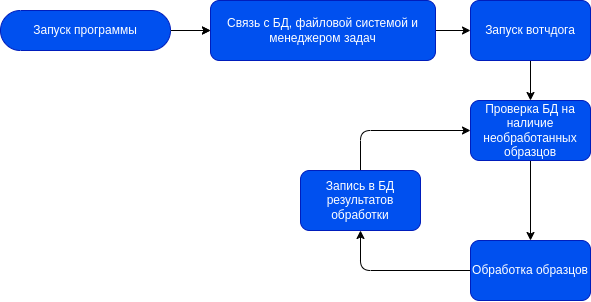
Before: docs/schemas/main.png, a diagram exported from draw.io (KBaybekov/proj_prefect). Source tidied: cells renumbered, new cells last; positions are measured from the earlier drawing's top-left corner, leaving out a move shared by most shapes.
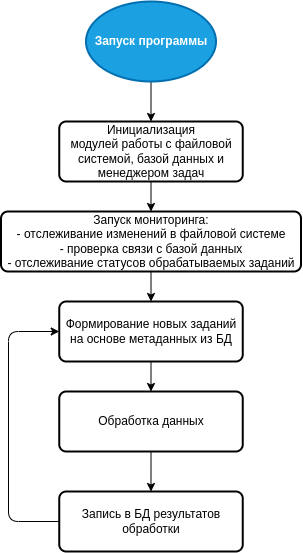
After the commit.

Diff of the diagram source:
```diff
@@ -2,44 +2,46 @@
   <root>
     <mxCell id="0" />
     <mxCell id="1" parent="0" />
-    <mxCell id="2" style="edgeStyle=none;html=1;" parent="1" edge="1" source="4" target="6">
-      <mxGeometry relative="1" as="geometry" />
-    </mxCell>
-    <mxCell id="3" style="edgeStyle=none;html=1;" parent="1" edge="1" source="4" target="6">
+    <mxCell id="3" style="edgeStyle=none;html=1;exitX=0.5;exitY=1;exitDx=0;exitDy=0;exitPerimeter=0;entryX=0.5;entryY=0;entryDx=0;entryDy=0;" parent="1" edge="1" source="4" target="16">
       <mxGeometry relative="1" as="geometry" />
     </mxCell>
-    <mxCell id="4" value="Запуск программы" style="html=1;dashed=0;whiteSpace=wrap;shape=mxgraph.dfd.start;strokeColor=#001DBC;fillColor=#0050ef;fontColor=#ffffff;" parent="1" vertex="1">
-      <mxGeometry y="10" width="170" height="40" as="geometry" />
+    <mxCell id="4" value="Запуск программы" style="strokeWidth=2;shape=mxgraph.flowchart.start_1;whiteSpace=wrap;fillColor=#1ba1e2;fontColor=#ffffff;strokeColor=#006EAF;fontStyle=1;" parent="1" vertex="1">
+      <mxGeometry x="209.5" y="20" width="130" height="80" as="geometry" />
     </mxCell>
-    <mxCell id="5" style="edgeStyle=none;html=1;" parent="1" edge="1" source="6" target="8">
-      <mxGeometry relative="1" as="geometry" />
-    </mxCell>
-    <mxCell id="6" value="Связь с БД, файловой системой и менеджером задач" style="rounded=1;whiteSpace=wrap;html=1;fillColor=#0050ef;strokeColor=#001DBC;fontColor=#ffffff;dashed=0;" parent="1" vertex="1">
-      <mxGeometry x="210" width="225" height="60" as="geometry" />
-    </mxCell>
-    <mxCell id="7" style="edgeStyle=none;html=1;" parent="1" edge="1" source="8" target="10">
-      <mxGeometry relative="1" as="geometry" />
-    </mxCell>
-    <mxCell id="8" value="Запуск вотчдога" style="rounded=1;whiteSpace=wrap;html=1;fillColor=#0050ef;strokeColor=#001DBC;fontColor=#ffffff;dashed=0;" parent="1" vertex="1">
-      <mxGeometry x="470" width="120" height="60" as="geometry" />
-    </mxCell>
-    <mxCell id="9" style="edgeStyle=none;html=1;" parent="1" edge="1" source="10" target="12">
-      <mxGeometry relative="1" as="geometry" />
-    </mxCell>
-    <mxCell id="10" value="Проверка БД на наличие необработанных образцов" style="rounded=1;whiteSpace=wrap;html=1;fillColor=#0050ef;strokeColor=#001DBC;fontColor=#ffffff;dashed=0;" parent="1" vertex="1">
-      <mxGeometry x="470" y="100" width="120" height="60" as="geometry" />
-    </mxCell>
-    <mxCell id="11" style="edgeStyle=orthogonalEdgeStyle;html=1;" parent="1" edge="1" source="12" target="14">
-      <mxGeometry relative="1" as="geometry" />
-    </mxCell>
-    <mxCell id="12" value="Обработка образцов" style="rounded=1;whiteSpace=wrap;html=1;fillColor=#0050ef;strokeColor=#001DBC;fontColor=#ffffff;dashed=0;" parent="1" vertex="1">
-      <mxGeometry x="470" y="240" width="120" height="60" as="geometry" />
-    </mxCell>
-    <mxCell id="13" style="edgeStyle=orthogonalEdgeStyle;html=1;entryX=0;entryY=0.5;entryDx=0;entryDy=0;exitX=0.5;exitY=0;exitDx=0;exitDy=0;" parent="1" edge="1" source="14" target="10">
-      <mxGeometry relative="1" as="geometry" />
-    </mxCell>
+    <mxCell id="15" style="edgeStyle=none;html=1;entryX=0.5;entryY=0;entryDx=0;entryDy=0;" parent="1" edge="1" source="16" target="18">
+      <mxGeometry relative="1" as="geometry" />
+    </mxCell>
+    <mxCell id="16" value="Инициализация&#10;модулей работы с файловой системой, базой данных и менеджером задач" style="rounded=1;whiteSpace=wrap;absoluteArcSize=1;arcSize=14;strokeWidth=2;" parent="1" vertex="1">
+      <mxGeometry x="182.8" y="140" width="183.5" height="60" as="geometry" />
+    </mxCell>
+    <mxCell id="17" style="edgeStyle=none;html=1;" parent="1" edge="1" source="18" target="20">
+      <mxGeometry relative="1" as="geometry" />
+    </mxCell>
+    <mxCell id="18" value="Запуск мониторинга:&#10;- отслеживание изменений в файловой системе&#10;- проверка связи с базой данных&#10;- отслеживание статусов обрабатываемых заданий" style="rounded=1;whiteSpace=wrap;absoluteArcSize=1;arcSize=14;strokeWidth=2;" parent="1" vertex="1">
+      <mxGeometry x="124.5" y="230" width="300" height="60" as="geometry" />
+    </mxCell>
+    <mxCell id="19" style="edgeStyle=none;html=1;entryX=0.5;entryY=0;entryDx=0;entryDy=0;" parent="1" edge="1" source="20" target="22">
+      <mxGeometry relative="1" as="geometry" />
+    </mxCell>
+    <mxCell id="20" value="Формирование новых заданий на основе метаданных из БД" style="rounded=1;whiteSpace=wrap;absoluteArcSize=1;arcSize=14;strokeWidth=2;" parent="1" vertex="1">
+      <mxGeometry x="182.8" y="320" width="183.5" height="60" as="geometry" />
+    </mxCell>
+    <mxCell id="21" style="edgeStyle=none;html=1;entryX=0.5;entryY=0;entryDx=0;entryDy=0;" parent="1" edge="1" source="22" target="14">
+      <mxGeometry relative="1" as="geometry" />
+    </mxCell>
+    <mxCell id="22" value="Обработка данных" style="rounded=1;whiteSpace=wrap;absoluteArcSize=1;arcSize=14;strokeWidth=2;" parent="1" vertex="1">
+      <mxGeometry x="182.8" y="410" width="183.5" height="60" as="geometry" />
+    </mxCell>
+    <mxCell id="23" style="edgeStyle=orthogonalEdgeStyle;html=1;entryX=0;entryY=0.5;entryDx=0;entryDy=0;exitX=0;exitY=0.5;exitDx=0;exitDy=0;" parent="1" edge="1" source="14" target="20">
+      <mxGeometry relative="1" as="geometry">
+        <Array as="points">
+          <mxPoint x="132" y="540" />
+          <mxPoint x="132" y="350" />
+        </Array>
+      </mxGeometry>
+    </mxCell>
-    <mxCell id="14" value="Запись в БД результатов обработки" style="rounded=1;whiteSpace=wrap;html=1;fillColor=#0050ef;strokeColor=#001DBC;fontColor=#ffffff;dashed=0;" parent="1" vertex="1">
-      <mxGeometry x="300" y="170" width="120" height="60" as="geometry" />
+    <mxCell id="14" value="Запись в БД результатов обработки" style="rounded=1;whiteSpace=wrap;absoluteArcSize=1;arcSize=14;strokeWidth=2;" parent="1" vertex="1">
+      <mxGeometry x="182.8" y="510" width="183.5" height="60" as="geometry" />
     </mxCell>
   </root>
 </mxGraphModel>
```
